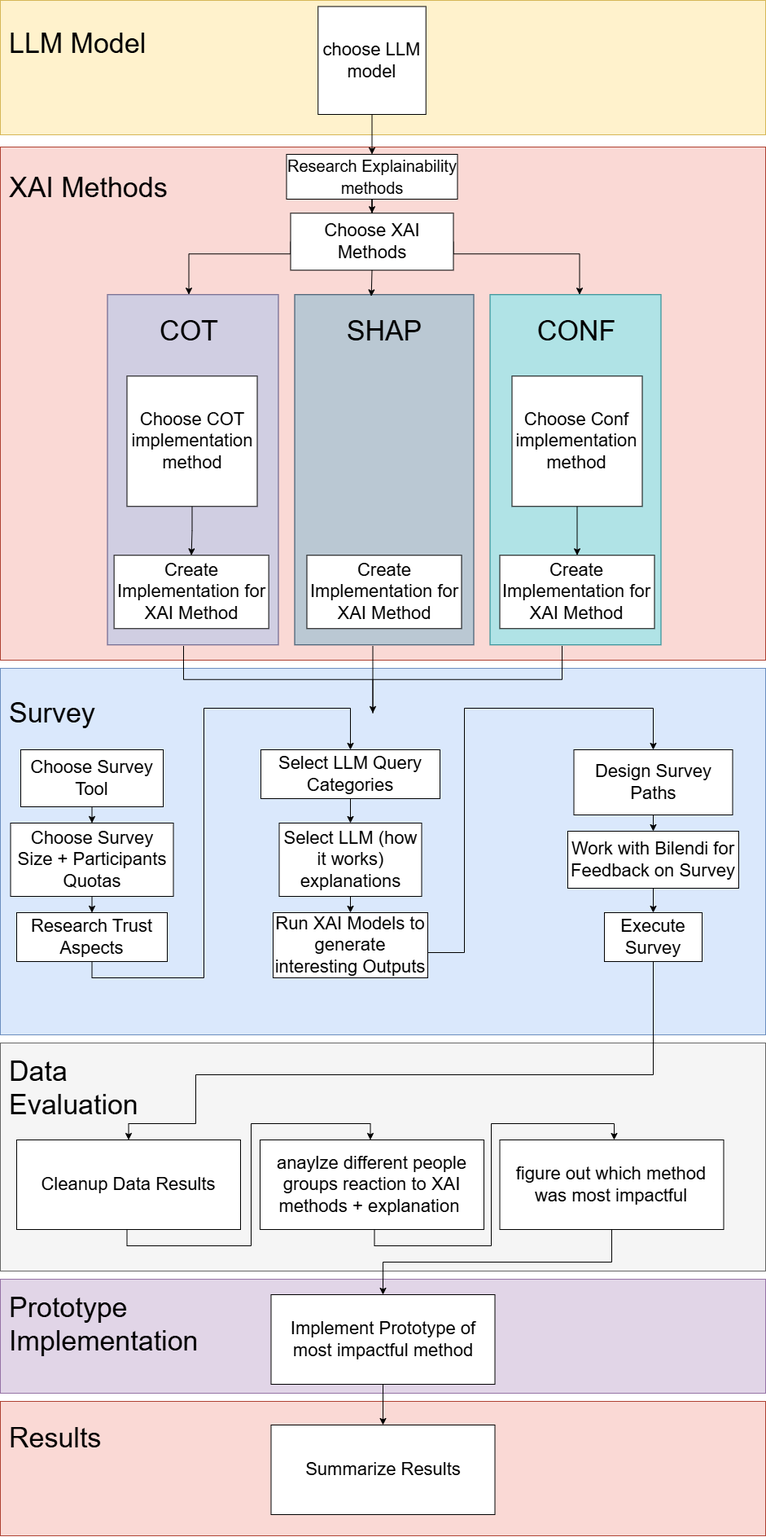
Above: diagrams/BA_methods.drawio.png in rieselin/BA_XAI_for_LLMs (draw.io), before the change. Source tidied: cells renumbered, new cells last; positions are measured from the earlier drawing's top-left corner, leaving out a move shared by most shapes.
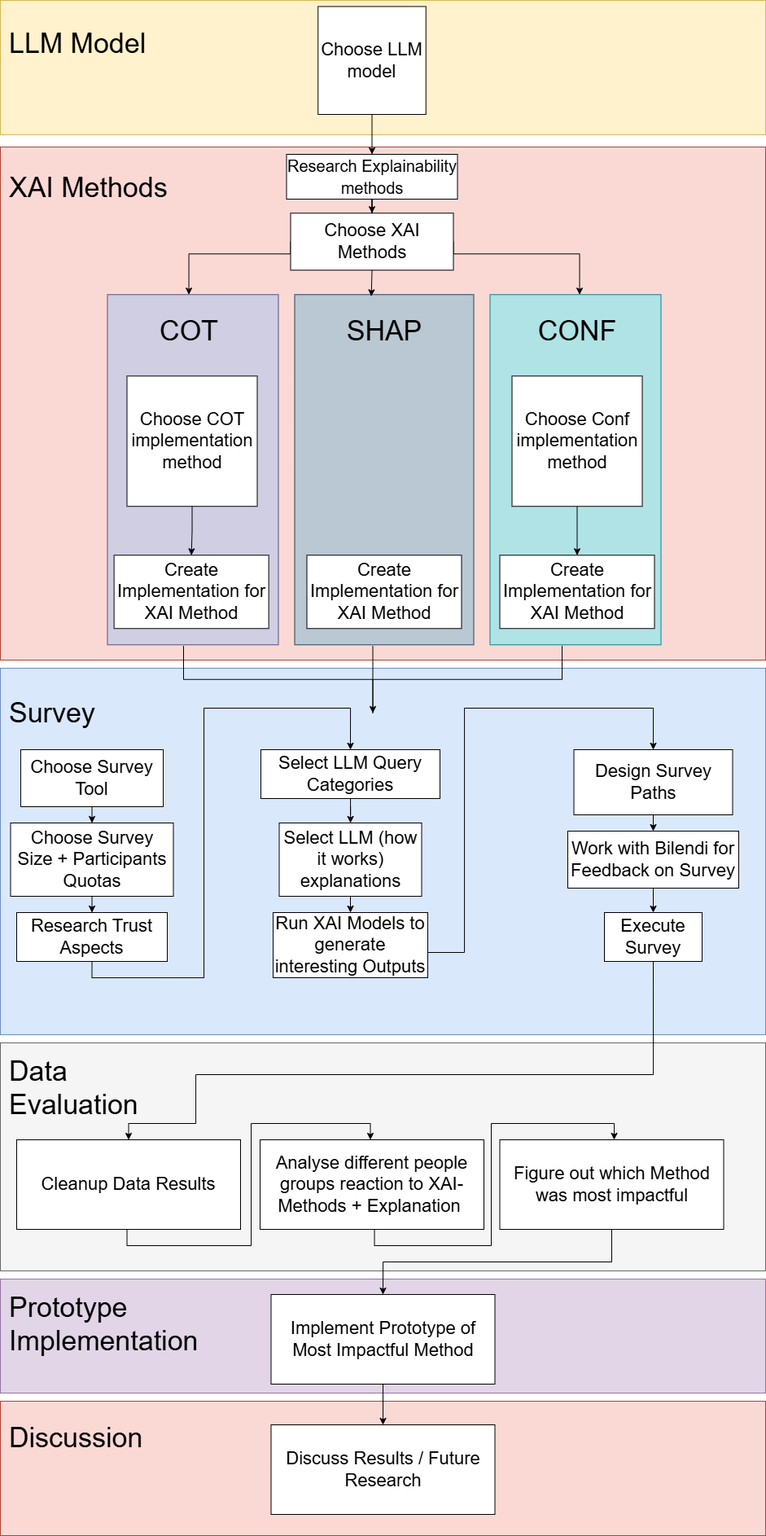
After the change.

What changed in the source:
```diff
@@ -35,7 +35,7 @@
     <mxCell id="12" value="&lt;span style=&quot;font-size: 34px;&quot;&gt;XAI Methods&lt;/span&gt;" style="text;html=1;whiteSpace=wrap;strokeColor=none;fillColor=none;align=left;verticalAlign=middle;rounded=0;" parent="1" vertex="1">
       <mxGeometry x="9.1" y="185" width="220" height="90" as="geometry" />
     </mxCell>
-    <mxCell id="13" value="&lt;span style=&quot;font-size: 34px;&quot;&gt;Results&lt;/span&gt;" style="text;html=1;whiteSpace=wrap;strokeColor=none;fillColor=none;align=left;verticalAlign=middle;rounded=0;" parent="1" vertex="1">
+    <mxCell id="13" value="&lt;span style=&quot;font-size: 34px;&quot;&gt;Discussion&lt;/span&gt;" style="text;html=1;whiteSpace=wrap;strokeColor=none;fillColor=none;align=left;verticalAlign=middle;rounded=0;" parent="1" vertex="1">
       <mxGeometry x="9.1" y="1720" width="220" height="90" as="geometry" />
     </mxCell>
     <mxCell id="14" style="rounded=0;whiteSpace=wrap;html=1;fillColor=#fff2cc;strokeColor=#d6b656;" parent="1" vertex="1">
@@ -47,7 +47,7 @@
     <mxCell id="16" style="edgeStyle=orthogonalEdgeStyle;rounded=0;jettySize=auto;html=1;exitX=0.5;exitY=1;exitDx=0;exitDy=0;entryX=0.5;entryY=0;entryDx=0;entryDy=0;" parent="1" edge="1" source="17" target="19">
       <mxGeometry relative="1" as="geometry" />
     </mxCell>
-    <mxCell id="17" value="choose LLM model" style="whiteSpace=wrap;html=1;fontSize=22;imageAspect=0;" parent="1" vertex="1">
+    <mxCell id="17" value="Choose LLM model" style="whiteSpace=wrap;html=1;fontSize=22;imageAspect=0;" parent="1" vertex="1">
       <mxGeometry x="390.2" y="7.5" width="132.5" height="132.5" as="geometry" />
     </mxCell>
     <mxCell id="18" style="edgeStyle=orthogonalEdgeStyle;rounded=0;jettySize=auto;html=1;" parent="1" edge="1" source="19" target="22">
@@ -198,22 +198,22 @@
         </Array>
       </mxGeometry>
     </mxCell>
-    <mxCell id="54" value="&lt;font style=&quot;font-size: 22px;&quot;&gt;anaylze different people groups reaction to XAI methods + explanation&amp;nbsp;&lt;/font&gt;" style="rounded=0;whiteSpace=wrap;html=1;" parent="1" vertex="1">
+    <mxCell id="54" value="&lt;font style=&quot;font-size: 22px;&quot;&gt;Analyse different people groups reaction to XAI-Methods + Explanation&amp;nbsp;&lt;/font&gt;" style="rounded=0;whiteSpace=wrap;html=1;" parent="1" vertex="1">
       <mxGeometry x="319" y="1399" width="275" height="110" as="geometry" />
     </mxCell>
     <mxCell id="55" style="edgeStyle=orthogonalEdgeStyle;rounded=0;jettySize=auto;html=1;exitX=0.5;exitY=1;exitDx=0;exitDy=0;entryX=0.5;entryY=0;entryDx=0;entryDy=0;" parent="1" edge="1" source="56" target="58">
       <mxGeometry relative="1" as="geometry" />
     </mxCell>
-    <mxCell id="56" value="&lt;font style=&quot;font-size: 22px;&quot;&gt;figure out which method was most impactful&lt;/font&gt;" style="rounded=0;whiteSpace=wrap;html=1;" parent="1" vertex="1">
+    <mxCell id="56" value="&lt;font style=&quot;font-size: 22px;&quot;&gt;Figure out which Method was most impactful&lt;/font&gt;" style="rounded=0;whiteSpace=wrap;html=1;" parent="1" vertex="1">
       <mxGeometry x="613.5" y="1399" width="275" height="110" as="geometry" />
     </mxCell>
     <mxCell id="57" style="edgeStyle=orthogonalEdgeStyle;rounded=0;jettySize=auto;html=1;exitX=0.5;exitY=1;exitDx=0;exitDy=0;entryX=0.5;entryY=0;entryDx=0;entryDy=0;" parent="1" edge="1" source="58" target="59">
       <mxGeometry relative="1" as="geometry" />
     </mxCell>
-    <mxCell id="58" value="&lt;font style=&quot;font-size: 22px;&quot;&gt;Implement Prototype of most impactful method&lt;/font&gt;" style="rounded=0;whiteSpace=wrap;html=1;" parent="1" vertex="1">
+    <mxCell id="58" value="&lt;font style=&quot;font-size: 22px;&quot;&gt;Implement Prototype of Most Impactful Method&lt;/font&gt;" style="rounded=0;whiteSpace=wrap;html=1;" parent="1" vertex="1">
       <mxGeometry x="332.5" y="1589" width="275" height="110" as="geometry" />
     </mxCell>
-    <mxCell id="59" value="&lt;font style=&quot;font-size: 22px;&quot;&gt;Summarize Results&lt;/font&gt;" style="rounded=0;whiteSpace=wrap;html=1;" parent="1" vertex="1">
+    <mxCell id="59" value="&lt;font style=&quot;font-size: 22px;&quot;&gt;Discuss Results / Future Research&lt;/font&gt;" style="rounded=0;whiteSpace=wrap;html=1;" parent="1" vertex="1">
       <mxGeometry x="332.5" y="1749" width="275" height="110" as="geometry" />
     </mxCell>
     <mxCell id="60" style="edgeStyle=orthogonalEdgeStyle;rounded=0;orthogonalLoop=1;jettySize=auto;html=1;exitX=0.5;exitY=1;exitDx=0;exitDy=0;entryX=0.5;entryY=0;entryDx=0;entryDy=0;" parent="1" edge="1">
```
